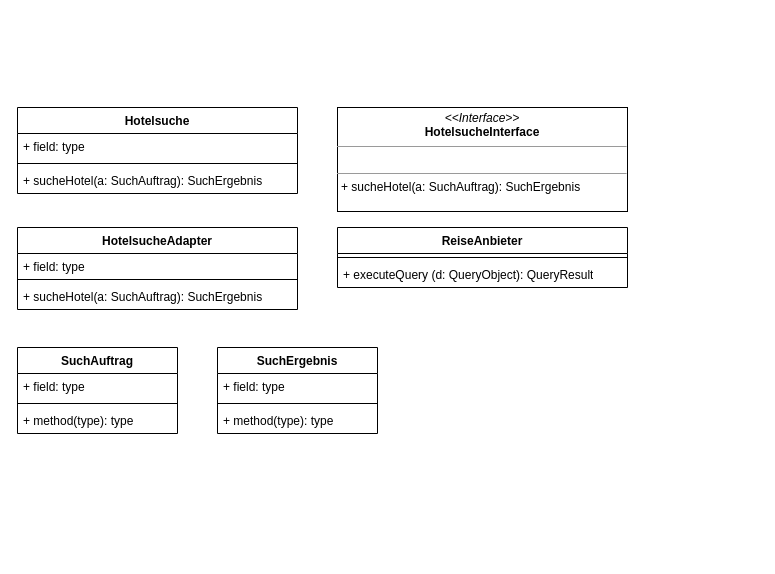
This is SE1A8_1a.drawio from tobiasenger/zeichnungen, a draw.io file, before an edit. Source tidied: cells renumbered, new cells numbered last; positions are measured from the earlier drawing's top-left corner, leaving out a move shared by most shapes. Both pictures are drawn from the tidied source at 100%, with x=0, y=0 at pixel (17, 107).
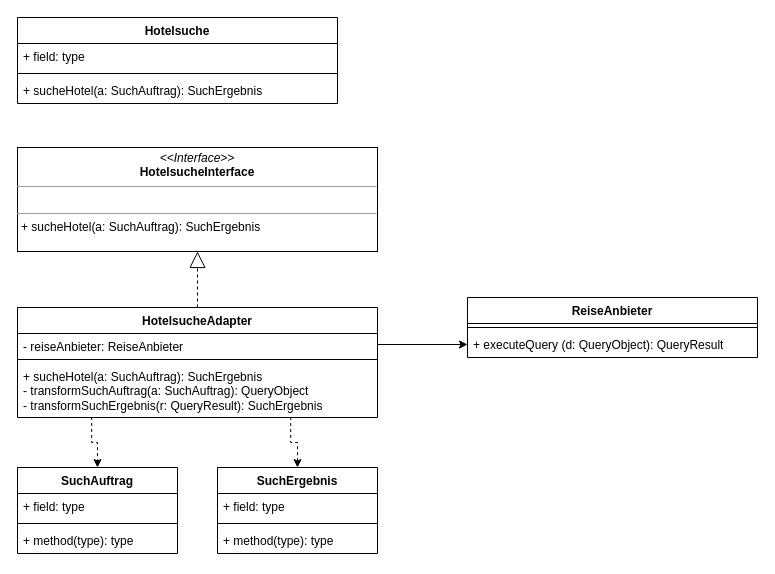
The same diagram, later.

Unchanged cells that the change refers to:
```xml
<mxCell id="8" value="+ executeQuery (d: QueryObject): QueryResult" style="text;strokeColor=none;fillColor=none;align=left;verticalAlign=top;spacingLeft=4;spacingRight=4;overflow=hidden;points=[[0,0.5],[1,0.5]];portConstraint=eastwest;whiteSpace=wrap;html=1;" parent="6" vertex="1">
  <mxGeometry y="34" width="290" height="26" as="geometry" />
</mxCell>
```

Change to the diagram source:
```diff
@@
     <mxCell id="2" value="Hotelsuche" style="swimlane;fontStyle=1;align=center;verticalAlign=top;horizontal=1;startSize=26;whiteSpace=wrap;html=1;" parent="1" vertex="1">
-      <mxGeometry width="280" height="86" as="geometry" />
+      <mxGeometry y="-90" width="320" height="86" as="geometry" />
     </mxCell>
     <mxCell id="3" value="+ field: type" style="text;align=left;verticalAlign=top;spacingLeft=4;spacingRight=4;overflow=hidden;whiteSpace=wrap;html=1;" parent="2" vertex="1">
-      <mxGeometry y="26" width="280" height="26" as="geometry" />
+      <mxGeometry y="26" width="320" height="26" as="geometry" />
     </mxCell>
     <mxCell id="4" style="line;strokeWidth=1;fillColor=none;align=left;verticalAlign=middle;spacingTop=-1;spacingLeft=3;spacingRight=3;labelPosition=right;strokeColor=inherit;" parent="2" vertex="1">
-      <mxGeometry y="52" width="280" height="8" as="geometry" />
+      <mxGeometry y="52" width="320" height="8" as="geometry" />
     </mxCell>
     <mxCell id="5" value="+ sucheHotel(a: SuchAuftrag): SuchErgebnis&amp;nbsp;" style="text;strokeColor=none;fillColor=none;align=left;verticalAlign=top;spacingLeft=4;spacingRight=4;overflow=hidden;whiteSpace=wrap;html=1;" parent="2" vertex="1">
-      <mxGeometry y="60" width="280" height="26" as="geometry" />
+      <mxGeometry y="60" width="320" height="26" as="geometry" />
     </mxCell>
     <mxCell id="6" value="ReiseAnbieter" style="swimlane;fontStyle=1;align=center;verticalAlign=top;horizontal=1;startSize=26;whiteSpace=wrap;html=1;" parent="1" vertex="1">
-      <mxGeometry x="320" y="120" width="290" height="60" as="geometry" />
+      <mxGeometry x="450" y="190" width="290" height="60" as="geometry" />
     </mxCell>
@@
+    <mxCell id="22" style="edgeStyle=orthogonalEdgeStyle;rounded=0;jettySize=auto;html=1;dashed=1;endArrow=block;endFill=0;endSize=14;" parent="1" edge="1" source="9" target="13">
+      <mxGeometry relative="1" as="geometry" />
+    </mxCell>
     <mxCell id="9" value="HotelsucheAdapter" style="swimlane;fontStyle=1;align=center;verticalAlign=top;horizontal=1;startSize=26;whiteSpace=wrap;html=1;" parent="1" vertex="1">
-      <mxGeometry y="120" width="280" height="82" as="geometry" />
+      <mxGeometry y="200" width="360" height="110" as="geometry" />
     </mxCell>
-    <mxCell id="10" value="+ field: type" style="text;strokeColor=none;fillColor=none;align=left;verticalAlign=top;spacingLeft=4;spacingRight=4;overflow=hidden;points=[[0,0.5],[1,0.5]];portConstraint=eastwest;whiteSpace=wrap;html=1;" parent="9" vertex="1">
-      <mxGeometry y="26" width="280" height="22" as="geometry" />
+    <mxCell id="10" value="- reiseAnbieter: ReiseAnbieter" style="text;strokeColor=none;fillColor=none;align=left;verticalAlign=top;spacingLeft=4;spacingRight=4;overflow=hidden;points=[[0,0.5],[1,0.5]];portConstraint=eastwest;whiteSpace=wrap;html=1;" parent="9" vertex="1">
+      <mxGeometry y="26" width="360" height="22" as="geometry" />
     </mxCell>
     <mxCell id="11" style="line;strokeWidth=1;fillColor=none;align=left;verticalAlign=middle;spacingTop=-1;spacingLeft=3;spacingRight=3;labelPosition=right;strokeColor=inherit;" parent="9" vertex="1">
-      <mxGeometry y="48" width="280" height="8" as="geometry" />
+      <mxGeometry y="48" width="360" height="8" as="geometry" />
     </mxCell>
-    <mxCell id="12" value="+ sucheHotel(a: SuchAuftrag): SuchErgebnis" style="text;strokeColor=none;fillColor=none;align=left;verticalAlign=top;spacingLeft=4;spacingRight=4;overflow=hidden;points=[[0,0.5],[1,0.5]];portConstraint=eastwest;whiteSpace=wrap;html=1;" parent="9" vertex="1">
-      <mxGeometry y="56" width="280" height="26" as="geometry" />
+    <mxCell id="12" value="+ sucheHotel(a: SuchAuftrag): SuchErgebnis&lt;br&gt;- transformSuchAuftrag(a: SuchAuftrag): QueryObject&lt;br&gt;- transformSuchErgebnis(r: QueryResult): SuchErgebnis" style="text;strokeColor=none;fillColor=none;align=left;verticalAlign=top;spacingLeft=4;spacingRight=4;overflow=hidden;points=[[0,0.5],[1,0.5]];portConstraint=eastwest;whiteSpace=wrap;html=1;" parent="9" vertex="1">
+      <mxGeometry y="56" width="360" height="54" as="geometry" />
     </mxCell>
     <mxCell id="13" value="&lt;p style=&quot;margin:0px;margin-top:4px;text-align:center;&quot;&gt;&lt;i&gt;&amp;lt;&amp;lt;Interface&amp;gt;&amp;gt;&lt;/i&gt;&lt;br&gt;&lt;b&gt;HotelsucheInterface&lt;/b&gt;&lt;/p&gt;&lt;hr size=&quot;1&quot;&gt;&lt;p style=&quot;margin:0px;margin-left:4px;&quot;&gt;&lt;br&gt;&lt;/p&gt;&lt;hr size=&quot;1&quot;&gt;&lt;p style=&quot;margin:0px;margin-left:4px;&quot;&gt;+ sucheHotel(a: SuchAuftrag): SuchErgebnis&lt;/p&gt;" style="verticalAlign=top;align=left;overflow=fill;fontSize=12;fontFamily=Helvetica;html=1;whiteSpace=wrap;fillColor=none;" parent="1" vertex="1">
-      <mxGeometry x="320" width="290" height="104" as="geometry" />
+      <mxGeometry y="40" width="360" height="104" as="geometry" />
     </mxCell>
     <mxCell id="14" value="SuchAuftrag" style="swimlane;fontStyle=1;align=center;verticalAlign=top;horizontal=1;startSize=26;whiteSpace=wrap;html=1;" parent="1" vertex="1">
-      <mxGeometry y="240" width="160" height="86" as="geometry" />
+      <mxGeometry y="360" width="160" height="86" as="geometry" />
     </mxCell>
@@
     <mxCell id="18" value="SuchErgebnis" style="swimlane;fontStyle=1;align=center;verticalAlign=top;horizontal=1;startSize=26;whiteSpace=wrap;html=1;" parent="1" vertex="1">
-      <mxGeometry x="200" y="240" width="160" height="86" as="geometry" />
+      <mxGeometry x="200" y="360" width="160" height="86" as="geometry" />
     </mxCell>
@@
+    <mxCell id="23" style="edgeStyle=orthogonalEdgeStyle;rounded=0;jettySize=auto;html=1;exitX=1;exitY=0.5;exitDx=0;exitDy=0;entryX=0;entryY=0.5;entryDx=0;entryDy=0;endArrow=classic;endFill=1;" parent="1" edge="1" source="10" target="8">
+      <mxGeometry relative="1" as="geometry" />
+    </mxCell>
+    <mxCell id="24" style="edgeStyle=orthogonalEdgeStyle;rounded=0;jettySize=auto;html=1;entryX=0.5;entryY=0;entryDx=0;entryDy=0;dashed=1;exitX=0.206;exitY=0.991;exitDx=0;exitDy=0;exitPerimeter=0;" parent="1" edge="1" source="12" target="14">
+      <mxGeometry relative="1" as="geometry" />
+    </mxCell>
+    <mxCell id="25" style="edgeStyle=orthogonalEdgeStyle;rounded=0;jettySize=auto;html=1;exitX=0.759;exitY=0.991;exitDx=0;exitDy=0;dashed=1;exitPerimeter=0;" parent="1" edge="1" source="12" target="18">
+      <mxGeometry relative="1" as="geometry" />
+    </mxCell>
```
